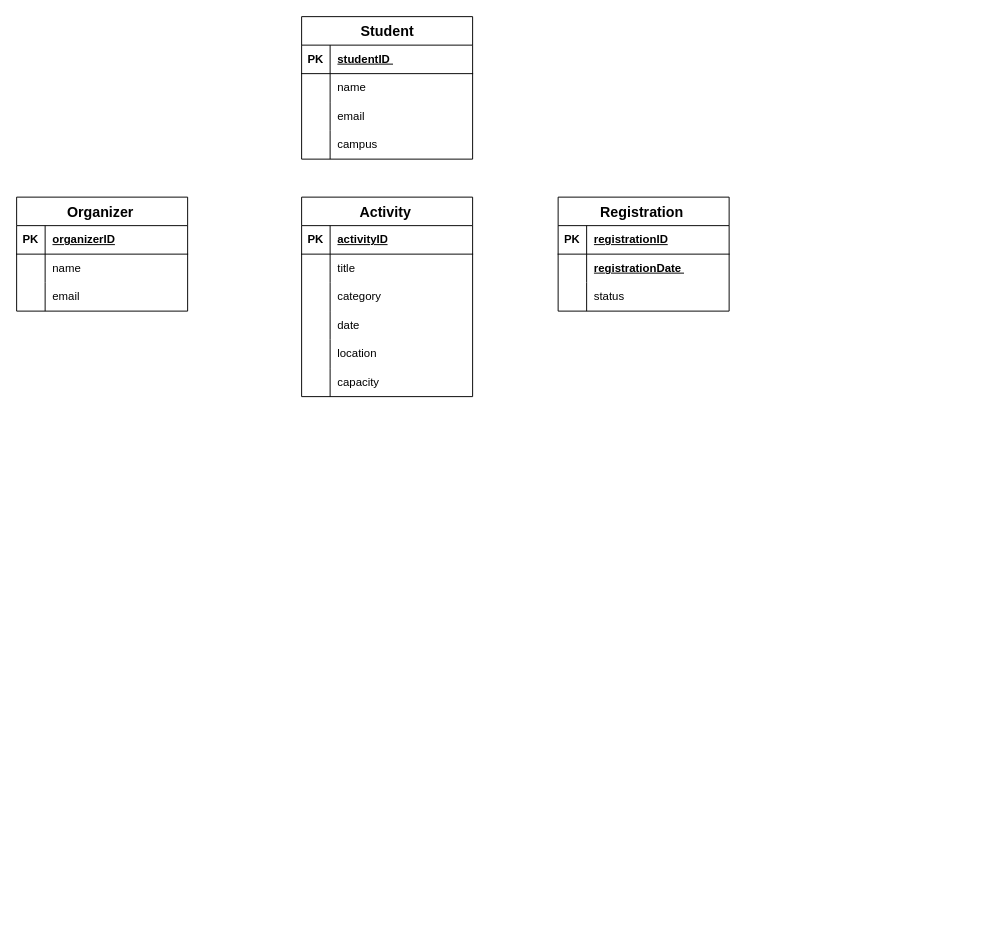
Before: Task 7 - Relational Database Design.drawio in Jaanaa0/IT353-project, a draw.io diagram. Source tidied: cells renumbered, new cells numbered last; positions are measured from the earlier drawing's top-left corner, leaving out a move shared by most shapes. Both pictures are drawn from the tidied source at 95%, with x=0, y=0 at pixel (16, 16).
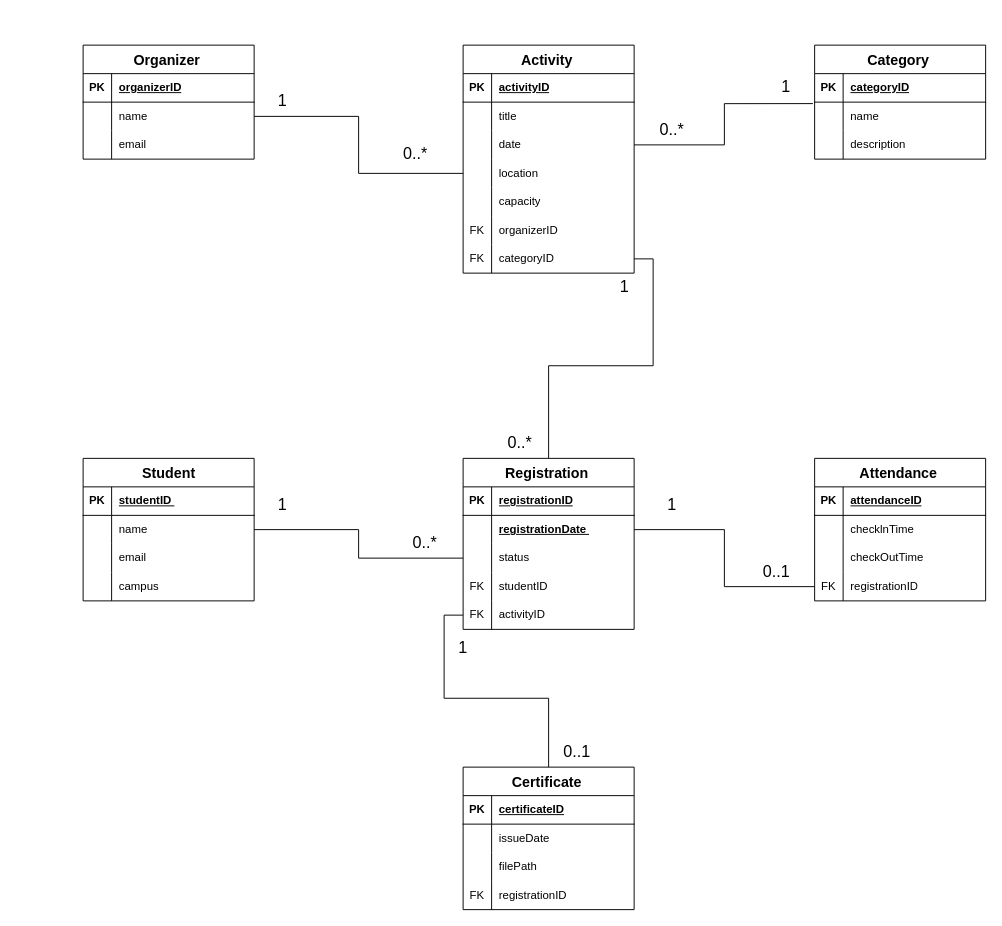
After the change.

Commit message:
Update relational database design - Part 2

Unchanged cells that the change refers to:
```xml
<mxCell id="6" style="shape=tableRow;horizontal=0;startSize=0;swimlaneHead=0;swimlaneBody=0;fillColor=none;points=[[0,0.5],[1,0.5]];portConstraint=eastwest;top=0;left=0;right=0;bottom=0;" parent="2" vertex="1">
  <mxGeometry y="60" width="180" height="30" as="geometry" />
</mxCell>
<mxCell id="19" style="shape=tableRow;horizontal=0;startSize=0;swimlaneHead=0;swimlaneBody=0;fillColor=none;points=[[0,0.5],[1,0.5]];portConstraint=eastwest;top=0;left=0;right=0;bottom=0;" parent="15" vertex="1">
  <mxGeometry y="60" width="180" height="30" as="geometry" />
</mxCell>
<mxCell id="48" style="shape=tableRow;horizontal=0;startSize=0;swimlaneHead=0;swimlaneBody=0;fillColor=none;points=[[0,0.5],[1,0.5]];portConstraint=eastwest;top=0;left=0;right=0;bottom=0;" parent="44" vertex="1">
  <mxGeometry y="60" width="180" height="30" as="geometry" />
</mxCell>
<mxCell id="51" style="shape=tableRow;horizontal=0;startSize=0;swimlaneHead=0;swimlaneBody=0;fillColor=none;points=[[0,0.5],[1,0.5]];portConstraint=eastwest;top=0;left=0;right=0;bottom=0;" parent="44" vertex="1">
  <mxGeometry y="90" width="180" height="30" as="geometry" />
</mxCell>
```

Diff of the diagram source:
```diff
@@
     <mxCell id="2" value="&lt;font style=&quot;font-size: 15px;&quot;&gt;Student&lt;/font&gt;" style="shape=table;startSize=30;childLayout=tableLayout;rowLines=0;fontStyle=1;align=center;html=1;" parent="1" vertex="1">
-      <mxGeometry x="300" width="180" height="150" as="geometry" />
+      <mxGeometry x="70" y="465" width="180" height="150" as="geometry" />
     </mxCell>
@@
     <mxCell id="15" value="&lt;font style=&quot;font-size: 15px;&quot;&gt;Organizer&amp;nbsp;&lt;/font&gt;" style="shape=table;startSize=30;childLayout=tableLayout;rowLines=0;fontStyle=1;align=center;html=1;" parent="1" vertex="1">
-      <mxGeometry y="190" width="180" height="120" as="geometry" />
+      <mxGeometry x="70" y="30" width="180" height="120" as="geometry" />
     </mxCell>
@@
     <mxCell id="25" value="&lt;font style=&quot;font-size: 15px;&quot;&gt;Activity&amp;nbsp;&lt;/font&gt;" style="shape=table;startSize=30;childLayout=tableLayout;rowLines=0;fontStyle=1;align=center;html=1;" parent="1" vertex="1">
-      <mxGeometry x="300" y="190" width="180" height="210" as="geometry" />
+      <mxGeometry x="470" y="30" width="180" height="240" as="geometry" />
     </mxCell>
@@
-    <mxCell id="32" style="shape=tableRow;horizontal=0;startSize=0;swimlaneHead=0;swimlaneBody=0;fillColor=none;top=0;left=0;right=0;bottom=0;" parent="25" vertex="1">
-      <mxGeometry y="90" width="180" height="30" as="geometry" />
-    </mxCell>
-    <mxCell id="33" style="shape=partialRectangle;fillColor=none;top=0;left=0;bottom=0;right=0;overflow=hidden;whiteSpace=wrap;html=1;" parent="32" vertex="1">
-      <mxGeometry width="30" height="30" as="geometry" />
-    </mxCell>
-    <mxCell id="34" value="category&amp;nbsp;" style="shape=partialRectangle;fillColor=none;top=0;left=0;bottom=0;right=0;align=left;spacingLeft=6;overflow=hidden;whiteSpace=wrap;html=1;" parent="32" vertex="1">
-      <mxGeometry x="30" width="150" height="30" as="geometry" />
-    </mxCell>
     <mxCell id="35" style="shape=tableRow;horizontal=0;startSize=0;swimlaneHead=0;swimlaneBody=0;fillColor=none;points=[[0,0.5],[1,0.5]];portConstraint=eastwest;top=0;left=0;right=0;bottom=0;" parent="25" vertex="1">
-      <mxGeometry y="120" width="180" height="30" as="geometry" />
+      <mxGeometry y="90" width="180" height="30" as="geometry" />
     </mxCell>
@@
     <mxCell id="38" style="shape=tableRow;horizontal=0;startSize=0;swimlaneHead=0;swimlaneBody=0;fillColor=none;points=[[0,0.5],[1,0.5]];portConstraint=eastwest;top=0;left=0;right=0;bottom=0;" parent="25" vertex="1">
-      <mxGeometry y="150" width="180" height="30" as="geometry" />
+      <mxGeometry y="120" width="180" height="30" as="geometry" />
     </mxCell>
@@
     <mxCell id="41" style="shape=tableRow;horizontal=0;startSize=0;swimlaneHead=0;swimlaneBody=0;fillColor=none;top=0;left=0;right=0;bottom=0;" parent="25" vertex="1">
-      <mxGeometry y="180" width="180" height="30" as="geometry" />
+      <mxGeometry y="150" width="180" height="30" as="geometry" />
     </mxCell>
@@
+    <mxCell id="54" style="shape=tableRow;horizontal=0;startSize=0;swimlaneHead=0;swimlaneBody=0;fillColor=none;top=0;left=0;right=0;bottom=0;" parent="25" vertex="1">
+      <mxGeometry y="180" width="180" height="30" as="geometry" />
+    </mxCell>
+    <mxCell id="55" value="FK" style="shape=partialRectangle;fillColor=none;top=0;left=0;bottom=0;right=0;overflow=hidden;whiteSpace=wrap;html=1;" parent="54" vertex="1">
+      <mxGeometry width="30" height="30" as="geometry" />
+    </mxCell>
+    <mxCell id="56" value="organizerID&amp;nbsp;" style="shape=partialRectangle;fillColor=none;top=0;left=0;bottom=0;right=0;align=left;spacingLeft=6;overflow=hidden;whiteSpace=wrap;html=1;" parent="54" vertex="1">
+      <mxGeometry x="30" width="150" height="30" as="geometry" />
+    </mxCell>
+    <mxCell id="57" style="shape=tableRow;horizontal=0;startSize=0;swimlaneHead=0;swimlaneBody=0;fillColor=none;points=[[0,0.5],[1,0.5]];portConstraint=eastwest;top=0;left=0;right=0;bottom=0;" parent="25" vertex="1">
+      <mxGeometry y="210" width="180" height="30" as="geometry" />
+    </mxCell>
+    <mxCell id="58" value="FK" style="shape=partialRectangle;fillColor=none;top=0;left=0;bottom=0;right=0;overflow=hidden;whiteSpace=wrap;html=1;" parent="57" vertex="1">
+      <mxGeometry width="30" height="30" as="geometry" />
+    </mxCell>
+    <mxCell id="59" value="categoryID" style="shape=partialRectangle;fillColor=none;top=0;left=0;bottom=0;right=0;align=left;spacingLeft=6;overflow=hidden;whiteSpace=wrap;html=1;" parent="57" vertex="1">
+      <mxGeometry x="30" width="150" height="30" as="geometry" />
+    </mxCell>
+    <mxCell id="60" style="edgeStyle=orthogonalEdgeStyle;rounded=0;jettySize=auto;html=1;exitX=0.5;exitY=0;exitDx=0;exitDy=0;endArrow=none;endFill=0;" parent="1" edge="1" source="44" target="57">
+      <mxGeometry relative="1" as="geometry" />
+    </mxCell>
     <mxCell id="44" value="&lt;font style=&quot;font-size: 15px;&quot;&gt;Registration&amp;nbsp;&lt;/font&gt;" style="shape=table;startSize=30;childLayout=tableLayout;rowLines=0;fontStyle=1;align=center;html=1;" parent="1" vertex="1">
-      <mxGeometry x="570" y="190" width="180" height="120" as="geometry" />
+      <mxGeometry x="470" y="465" width="180" height="180" as="geometry" />
     </mxCell>
@@
+    <mxCell id="61" style="shape=tableRow;horizontal=0;startSize=0;swimlaneHead=0;swimlaneBody=0;fillColor=none;top=0;left=0;right=0;bottom=0;" parent="44" vertex="1">
+      <mxGeometry y="120" width="180" height="30" as="geometry" />
+    </mxCell>
+    <mxCell id="62" value="FK" style="shape=partialRectangle;fillColor=none;top=0;left=0;bottom=0;right=0;overflow=hidden;whiteSpace=wrap;html=1;" parent="61" vertex="1">
+      <mxGeometry width="30" height="30" as="geometry" />
+    </mxCell>
+    <mxCell id="63" value="studentID" style="shape=partialRectangle;fillColor=none;top=0;left=0;bottom=0;right=0;align=left;spacingLeft=6;overflow=hidden;whiteSpace=wrap;html=1;" parent="61" vertex="1">
+      <mxGeometry x="30" width="150" height="30" as="geometry" />
+    </mxCell>
+    <mxCell id="64" style="shape=tableRow;horizontal=0;startSize=0;swimlaneHead=0;swimlaneBody=0;fillColor=none;points=[[0,0.5],[1,0.5]];portConstraint=eastwest;top=0;left=0;right=0;bottom=0;" parent="44" vertex="1">
+      <mxGeometry y="150" width="180" height="30" as="geometry" />
+    </mxCell>
+    <mxCell id="65" value="FK" style="shape=partialRectangle;fillColor=none;top=0;left=0;bottom=0;right=0;overflow=hidden;whiteSpace=wrap;html=1;" parent="64" vertex="1">
+      <mxGeometry width="30" height="30" as="geometry" />
+    </mxCell>
+    <mxCell id="66" value="activityID" style="shape=partialRectangle;fillColor=none;top=0;left=0;bottom=0;right=0;align=left;spacingLeft=6;overflow=hidden;whiteSpace=wrap;html=1;" parent="64" vertex="1">
+      <mxGeometry x="30" width="150" height="30" as="geometry" />
+    </mxCell>
+    <mxCell id="67" value="&lt;font style=&quot;font-size: 15px;&quot;&gt;Attendance&amp;nbsp;&lt;/font&gt;" style="shape=table;startSize=30;childLayout=tableLayout;rowLines=0;fontStyle=1;align=center;html=1;" parent="1" vertex="1">
+      <mxGeometry x="840" y="465" width="180" height="150" as="geometry" />
+    </mxCell>
+    <mxCell id="68" style="shape=tableRow;horizontal=0;startSize=0;swimlaneHead=0;swimlaneBody=0;fillColor=none;top=0;left=0;right=0;bottom=1;" parent="67" vertex="1">
+      <mxGeometry y="30" width="180" height="30" as="geometry" />
+    </mxCell>
+    <mxCell id="69" value="PK" style="shape=partialRectangle;fillColor=none;top=0;left=0;bottom=0;right=0;fontStyle=1;overflow=hidden;whiteSpace=wrap;html=1;" parent="68" vertex="1">
+      <mxGeometry width="30" height="30" as="geometry" />
+    </mxCell>
+    <mxCell id="70" value="attendanceID" style="shape=partialRectangle;fillColor=none;top=0;left=0;bottom=0;right=0;align=left;spacingLeft=6;fontStyle=5;overflow=hidden;whiteSpace=wrap;html=1;" parent="68" vertex="1">
+      <mxGeometry x="30" width="150" height="30" as="geometry" />
+    </mxCell>
+    <mxCell id="71" style="shape=tableRow;horizontal=0;startSize=0;swimlaneHead=0;swimlaneBody=0;fillColor=none;top=0;left=0;right=0;bottom=0;" parent="67" vertex="1">
+      <mxGeometry y="60" width="180" height="30" as="geometry" />
+    </mxCell>
+    <mxCell id="72" style="shape=partialRectangle;fillColor=none;top=0;left=0;bottom=0;right=0;overflow=hidden;whiteSpace=wrap;html=1;" parent="71" vertex="1">
+      <mxGeometry width="30" height="30" as="geometry" />
+    </mxCell>
+    <mxCell id="73" value="checklnTime" style="shape=partialRectangle;fillColor=none;top=0;left=0;bottom=0;right=0;align=left;spacingLeft=6;overflow=hidden;whiteSpace=wrap;html=1;" parent="71" vertex="1">
+      <mxGeometry x="30" width="150" height="30" as="geometry" />
+    </mxCell>
+    <mxCell id="74" style="shape=tableRow;horizontal=0;startSize=0;swimlaneHead=0;swimlaneBody=0;fillColor=none;top=0;left=0;right=0;bottom=0;" parent="67" vertex="1">
+      <mxGeometry y="90" width="180" height="30" as="geometry" />
+    </mxCell>
+    <mxCell id="75" style="shape=partialRectangle;fillColor=none;top=0;left=0;bottom=0;right=0;overflow=hidden;whiteSpace=wrap;html=1;" parent="74" vertex="1">
+      <mxGeometry width="30" height="30" as="geometry" />
+    </mxCell>
+    <mxCell id="76" value="checkOutTime&amp;nbsp;" style="shape=partialRectangle;fillColor=none;top=0;left=0;bottom=0;right=0;align=left;spacingLeft=6;overflow=hidden;whiteSpace=wrap;html=1;" parent="74" vertex="1">
+      <mxGeometry x="30" width="150" height="30" as="geometry" />
+    </mxCell>
+    <mxCell id="77" style="shape=tableRow;horizontal=0;startSize=0;swimlaneHead=0;swimlaneBody=0;fillColor=none;points=[[0,0.5],[1,0.5]];portConstraint=eastwest;top=0;left=0;right=0;bottom=0;" parent="67" vertex="1">
+      <mxGeometry y="120" width="180" height="30" as="geometry" />
+    </mxCell>
+    <mxCell id="78" value="FK" style="shape=partialRectangle;fillColor=none;top=0;left=0;bottom=0;right=0;overflow=hidden;whiteSpace=wrap;html=1;" parent="77" vertex="1">
+      <mxGeometry width="30" height="30" as="geometry" />
+    </mxCell>
+    <mxCell id="79" value="registrationID" style="shape=partialRectangle;fillColor=none;top=0;left=0;bottom=0;right=0;align=left;spacingLeft=6;overflow=hidden;whiteSpace=wrap;html=1;" parent="77" vertex="1">
+      <mxGeometry x="30" width="150" height="30" as="geometry" />
+    </mxCell>
+    <mxCell id="80" value="&lt;font style=&quot;font-size: 15px;&quot;&gt;Category&amp;nbsp;&lt;/font&gt;" style="shape=table;startSize=30;childLayout=tableLayout;rowLines=0;fontStyle=1;align=center;html=1;" parent="1" vertex="1">
+      <mxGeometry x="840" y="30" width="180" height="120" as="geometry" />
+    </mxCell>
+    <mxCell id="81" style="shape=tableRow;horizontal=0;startSize=0;swimlaneHead=0;swimlaneBody=0;fillColor=none;top=0;left=0;right=0;bottom=1;" parent="80" vertex="1">
+      <mxGeometry y="30" width="180" height="30" as="geometry" />
+    </mxCell>
+    <mxCell id="82" value="PK" style="shape=partialRectangle;fillColor=none;top=0;left=0;bottom=0;right=0;fontStyle=1;overflow=hidden;whiteSpace=wrap;html=1;" parent="81" vertex="1">
+      <mxGeometry width="30" height="30" as="geometry" />
+    </mxCell>
+    <mxCell id="83" value="categoryID" style="shape=partialRectangle;fillColor=none;top=0;left=0;bottom=0;right=0;align=left;spacingLeft=6;fontStyle=5;overflow=hidden;whiteSpace=wrap;html=1;" parent="81" vertex="1">
+      <mxGeometry x="30" width="150" height="30" as="geometry" />
+    </mxCell>
+    <mxCell id="84" style="shape=tableRow;horizontal=0;startSize=0;swimlaneHead=0;swimlaneBody=0;fillColor=none;points=[[0,0.5],[1,0.5]];portConstraint=eastwest;top=0;left=0;right=0;bottom=0;" parent="80" vertex="1">
+      <mxGeometry y="60" width="180" height="30" as="geometry" />
+    </mxCell>
+    <mxCell id="85" style="shape=partialRectangle;fillColor=none;top=0;left=0;bottom=0;right=0;overflow=hidden;whiteSpace=wrap;html=1;" parent="84" vertex="1">
+      <mxGeometry width="30" height="30" as="geometry" />
+    </mxCell>
+    <mxCell id="86" value="name&amp;nbsp;" style="shape=partialRectangle;fillColor=none;top=0;left=0;bottom=0;right=0;align=left;spacingLeft=6;overflow=hidden;whiteSpace=wrap;html=1;" parent="84" vertex="1">
+      <mxGeometry x="30" width="150" height="30" as="geometry" />
+    </mxCell>
+    <mxCell id="87" style="shape=tableRow;horizontal=0;startSize=0;swimlaneHead=0;swimlaneBody=0;fillColor=none;top=0;left=0;right=0;bottom=0;" parent="80" vertex="1">
+      <mxGeometry y="90" width="180" height="30" as="geometry" />
+    </mxCell>
+    <mxCell id="88" style="shape=partialRectangle;fillColor=none;top=0;left=0;bottom=0;right=0;overflow=hidden;whiteSpace=wrap;html=1;" parent="87" vertex="1">
+      <mxGeometry width="30" height="30" as="geometry" />
+    </mxCell>
+    <mxCell id="89" value="description&amp;nbsp;" style="shape=partialRectangle;fillColor=none;top=0;left=0;bottom=0;right=0;align=left;spacingLeft=6;overflow=hidden;whiteSpace=wrap;html=1;" parent="87" vertex="1">
+      <mxGeometry x="30" width="150" height="30" as="geometry" />
+    </mxCell>
+    <mxCell id="90" style="edgeStyle=orthogonalEdgeStyle;rounded=0;jettySize=auto;html=1;exitX=1;exitY=0.5;exitDx=0;exitDy=0;entryX=0;entryY=0.5;entryDx=0;entryDy=0;endArrow=none;endFill=0;" parent="1" edge="1" source="19" target="38">
+      <mxGeometry relative="1" as="geometry" />
+    </mxCell>
+    <mxCell id="91" value="&lt;font style=&quot;font-size: 17px;&quot;&gt;1&lt;/font&gt;" style="text;html=1;whiteSpace=wrap;strokeColor=none;fillColor=none;align=center;verticalAlign=middle;rounded=0;" parent="1" vertex="1">
+      <mxGeometry x="250" y="75" width="60" height="30" as="geometry" />
+    </mxCell>
+    <mxCell id="92" value="&lt;font style=&quot;font-size: 17px;&quot;&gt;0..*&lt;/font&gt;" style="text;html=1;whiteSpace=wrap;strokeColor=none;fillColor=none;align=center;verticalAlign=middle;rounded=0;" parent="1" vertex="1">
+      <mxGeometry x="390" y="130" width="60" height="30" as="geometry" />
+    </mxCell>
+    <mxCell id="93" style="edgeStyle=orthogonalEdgeStyle;rounded=0;jettySize=auto;html=1;exitX=1;exitY=0.5;exitDx=0;exitDy=0;entryX=-0.01;entryY=0.052;entryDx=0;entryDy=0;entryPerimeter=0;endArrow=none;endFill=0;" parent="1" edge="1" source="35" target="84">
+      <mxGeometry relative="1" as="geometry" />
+    </mxCell>
+    <mxCell id="94" value="&lt;font style=&quot;font-size: 17px;&quot;&gt;0..*&lt;/font&gt;" style="text;html=1;whiteSpace=wrap;strokeColor=none;fillColor=none;align=center;verticalAlign=middle;rounded=0;" parent="1" vertex="1">
+      <mxGeometry x="660" y="105" width="60" height="30" as="geometry" />
+    </mxCell>
+    <mxCell id="95" value="&lt;font style=&quot;font-size: 17px;&quot;&gt;1&lt;/font&gt;" style="text;html=1;whiteSpace=wrap;strokeColor=none;fillColor=none;align=center;verticalAlign=middle;rounded=0;" parent="1" vertex="1">
+      <mxGeometry x="780" y="60" width="60" height="30" as="geometry" />
+    </mxCell>
+    <mxCell id="96" style="edgeStyle=orthogonalEdgeStyle;rounded=0;jettySize=auto;html=1;exitX=1;exitY=0.5;exitDx=0;exitDy=0;entryX=0;entryY=0.5;entryDx=0;entryDy=0;endArrow=none;endFill=0;" parent="1" edge="1" source="6" target="51">
+      <mxGeometry relative="1" as="geometry" />
+    </mxCell>
+    <mxCell id="97" value="&lt;font style=&quot;font-size: 17px;&quot;&gt;1&lt;/font&gt;" style="text;html=1;whiteSpace=wrap;strokeColor=none;fillColor=none;align=center;verticalAlign=middle;rounded=0;" parent="1" vertex="1">
+      <mxGeometry x="250" y="500" width="60" height="30" as="geometry" />
+    </mxCell>
+    <mxCell id="98" value="&lt;font style=&quot;font-size: 17px;&quot;&gt;0..*&lt;/font&gt;" style="text;html=1;whiteSpace=wrap;strokeColor=none;fillColor=none;align=center;verticalAlign=middle;rounded=0;" parent="1" vertex="1">
+      <mxGeometry x="400" y="540" width="60" height="30" as="geometry" />
+    </mxCell>
+    <mxCell id="99" style="edgeStyle=orthogonalEdgeStyle;rounded=0;jettySize=auto;html=1;exitX=1;exitY=0.5;exitDx=0;exitDy=0;entryX=0;entryY=0.5;entryDx=0;entryDy=0;endArrow=none;endFill=0;" parent="1" edge="1" source="48" target="77">
+      <mxGeometry relative="1" as="geometry" />
+    </mxCell>
+    <mxCell id="100" value="&lt;font style=&quot;font-size: 17px;&quot;&gt;1&lt;/font&gt;" style="text;html=1;whiteSpace=wrap;strokeColor=none;fillColor=none;align=center;verticalAlign=middle;rounded=0;" parent="1" vertex="1">
+      <mxGeometry x="660" y="500" width="60" height="30" as="geometry" />
+    </mxCell>
+    <mxCell id="101" value="&lt;font style=&quot;font-size: 17px;&quot;&gt;0..1&lt;/font&gt;" style="text;html=1;whiteSpace=wrap;strokeColor=none;fillColor=none;align=center;verticalAlign=middle;rounded=0;" parent="1" vertex="1">
+      <mxGeometry x="770" y="570" width="60" height="30" as="geometry" />
+    </mxCell>
+    <mxCell id="102" value="&lt;font style=&quot;font-size: 17px;&quot;&gt;1&lt;/font&gt;" style="text;html=1;whiteSpace=wrap;strokeColor=none;fillColor=none;align=center;verticalAlign=middle;rounded=0;" parent="1" vertex="1">
+      <mxGeometry x="610" y="270" width="60" height="30" as="geometry" />
+    </mxCell>
+    <mxCell id="103" value="&lt;font style=&quot;font-size: 17px;&quot;&gt;0..*&lt;/font&gt;" style="text;html=1;whiteSpace=wrap;strokeColor=none;fillColor=none;align=center;verticalAlign=middle;rounded=0;" parent="1" vertex="1">
+      <mxGeometry x="500" y="435" width="60" height="30" as="geometry" />
+    </mxCell>
+    <mxCell id="104" style="edgeStyle=orthogonalEdgeStyle;rounded=0;jettySize=auto;html=1;exitX=0.5;exitY=0;exitDx=0;exitDy=0;entryX=0;entryY=0.5;entryDx=0;entryDy=0;endArrow=none;endFill=0;" parent="1" edge="1" source="105" target="64">
+      <mxGeometry relative="1" as="geometry" />
+    </mxCell>
+    <mxCell id="105" value="&lt;font style=&quot;font-size: 15px;&quot;&gt;Certificate&amp;nbsp;&lt;/font&gt;" style="shape=table;startSize=30;childLayout=tableLayout;rowLines=0;fontStyle=1;align=center;html=1;" parent="1" vertex="1">
+      <mxGeometry x="470" y="790" width="180" height="150" as="geometry" />
+    </mxCell>
+    <mxCell id="106" style="shape=tableRow;horizontal=0;startSize=0;swimlaneHead=0;swimlaneBody=0;fillColor=none;top=0;left=0;right=0;bottom=1;" parent="105" vertex="1">
+      <mxGeometry y="30" width="180" height="30" as="geometry" />
+    </mxCell>
+    <mxCell id="107" value="PK" style="shape=partialRectangle;fillColor=none;top=0;left=0;bottom=0;right=0;fontStyle=1;overflow=hidden;whiteSpace=wrap;html=1;" parent="106" vertex="1">
+      <mxGeometry width="30" height="30" as="geometry" />
+    </mxCell>
+    <mxCell id="108" value="certificateID" style="shape=partialRectangle;fillColor=none;top=0;left=0;bottom=0;right=0;align=left;spacingLeft=6;fontStyle=5;overflow=hidden;whiteSpace=wrap;html=1;" parent="106" vertex="1">
+      <mxGeometry x="30" width="150" height="30" as="geometry" />
+    </mxCell>
+    <mxCell id="109" style="shape=tableRow;horizontal=0;startSize=0;swimlaneHead=0;swimlaneBody=0;fillColor=none;top=0;left=0;right=0;bottom=0;" parent="105" vertex="1">
+      <mxGeometry y="60" width="180" height="30" as="geometry" />
+    </mxCell>
+    <mxCell id="110" style="shape=partialRectangle;fillColor=none;top=0;left=0;bottom=0;right=0;overflow=hidden;whiteSpace=wrap;html=1;" parent="109" vertex="1">
+      <mxGeometry width="30" height="30" as="geometry" />
+    </mxCell>
+    <mxCell id="111" value="issueDate" style="shape=partialRectangle;fillColor=none;top=0;left=0;bottom=0;right=0;align=left;spacingLeft=6;overflow=hidden;whiteSpace=wrap;html=1;" parent="109" vertex="1">
+      <mxGeometry x="30" width="150" height="30" as="geometry" />
+    </mxCell>
+    <mxCell id="112" style="shape=tableRow;horizontal=0;startSize=0;swimlaneHead=0;swimlaneBody=0;fillColor=none;top=0;left=0;right=0;bottom=0;" parent="105" vertex="1">
+      <mxGeometry y="90" width="180" height="30" as="geometry" />
+    </mxCell>
+    <mxCell id="113" style="shape=partialRectangle;fillColor=none;top=0;left=0;bottom=0;right=0;overflow=hidden;whiteSpace=wrap;html=1;" parent="112" vertex="1">
+      <mxGeometry width="30" height="30" as="geometry" />
+    </mxCell>
+    <mxCell id="114" value="filePath" style="shape=partialRectangle;fillColor=none;top=0;left=0;bottom=0;right=0;align=left;spacingLeft=6;overflow=hidden;whiteSpace=wrap;html=1;" parent="112" vertex="1">
+      <mxGeometry x="30" width="150" height="30" as="geometry" />
+    </mxCell>
+    <mxCell id="115" style="shape=tableRow;horizontal=0;startSize=0;swimlaneHead=0;swimlaneBody=0;fillColor=none;top=0;left=0;right=0;bottom=0;" parent="105" vertex="1">
+      <mxGeometry y="120" width="180" height="30" as="geometry" />
+    </mxCell>
+    <mxCell id="116" value="FK" style="shape=partialRectangle;fillColor=none;top=0;left=0;bottom=0;right=0;overflow=hidden;whiteSpace=wrap;html=1;" parent="115" vertex="1">
+      <mxGeometry width="30" height="30" as="geometry" />
+    </mxCell>
+    <mxCell id="117" value="registrationID" style="shape=partialRectangle;fillColor=none;top=0;left=0;bottom=0;right=0;align=left;spacingLeft=6;overflow=hidden;whiteSpace=wrap;html=1;" parent="115" vertex="1">
+      <mxGeometry x="30" width="150" height="30" as="geometry" />
+    </mxCell>
+    <mxCell id="118" value="&lt;font style=&quot;font-size: 17px;&quot;&gt;1&lt;/font&gt;" style="text;html=1;whiteSpace=wrap;strokeColor=none;fillColor=none;align=center;verticalAlign=middle;rounded=0;" parent="1" vertex="1">
+      <mxGeometry x="440" y="650" width="60" height="30" as="geometry" />
+    </mxCell>
+    <mxCell id="119" value="&lt;font style=&quot;font-size: 17px;&quot;&gt;0..1&lt;/font&gt;" style="text;html=1;whiteSpace=wrap;strokeColor=none;fillColor=none;align=center;verticalAlign=middle;rounded=0;" parent="1" vertex="1">
+      <mxGeometry x="560" y="760" width="60" height="30" as="geometry" />
+    </mxCell>
```
